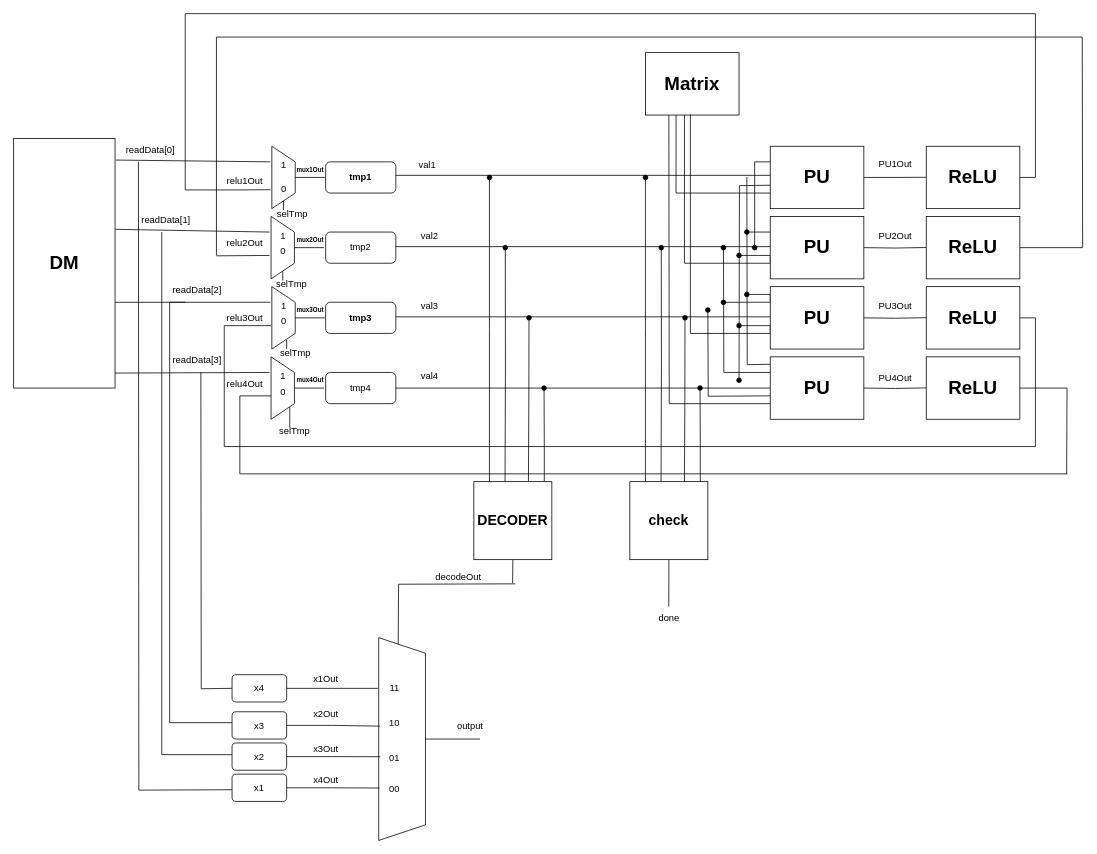
Before: P2 - Logic Design and FPGA synthesis/trunk/doc/Design/DP.drawio in Shahriar-0/Computer-Aided-Design-Course-Projects-F2024, a draw.io diagram. Source tidied: cells renumbered, new cells numbered last; positions are measured from the earlier drawing's top-left corner, leaving out a move shared by most shapes. Both pictures are drawn from the tidied source at 78%, with x=0, y=0 at pixel (13, 13).
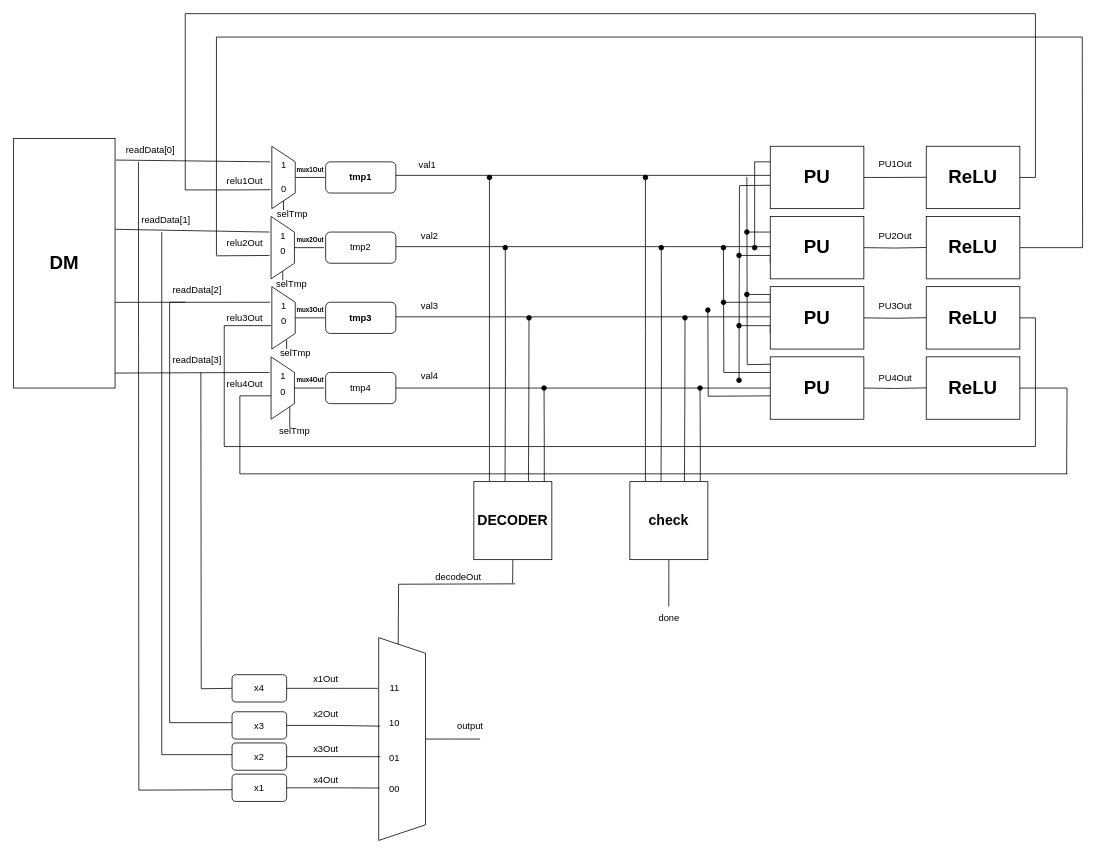
Above is the later version.

Unchanged cells that the change refers to:
```xml
<mxCell id="71" value="&lt;h1&gt;PU&lt;/h1&gt;" style="whiteSpace=wrap;html=1;" parent="1" vertex="1">
  <mxGeometry x="970" y="170" width="120" height="80" as="geometry" />
</mxCell>
<mxCell id="74" value="&lt;h1&gt;PU&lt;/h1&gt;" style="whiteSpace=wrap;html=1;" parent="1" vertex="1">
  <mxGeometry x="970" y="260" width="120" height="80" as="geometry" />
</mxCell>
<mxCell id="78" value="&lt;h1&gt;PU&lt;/h1&gt;" style="whiteSpace=wrap;html=1;" parent="1" vertex="1">
  <mxGeometry x="970" y="350" width="120" height="80" as="geometry" />
</mxCell>
<mxCell id="83" value="&lt;h1&gt;PU&lt;/h1&gt;" style="whiteSpace=wrap;html=1;" parent="1" vertex="1">
  <mxGeometry x="970" y="440" width="120" height="80" as="geometry" />
</mxCell>
```

The edit, as a diff of the source:
```diff
@@
-    <mxCell id="82" style="edgeStyle=orthogonalEdgeStyle;rounded=0;jettySize=auto;html=1;exitX=0;exitY=0.75;exitDx=0;exitDy=0;endArrow=none;endFill=0;" parent="1" edge="1" source="83">
-      <mxGeometry relative="1" as="geometry">
-        <mxPoint x="840" y="130" as="targetPoint" />
-      </mxGeometry>
-    </mxCell>
@@
-    <mxCell id="95" value="&lt;h1&gt;Matrix&lt;/h1&gt;" style="whiteSpace=wrap;html=1;" parent="1" vertex="1">
-      <mxGeometry x="810" y="50" width="120" height="80" as="geometry" />
-    </mxCell>
-    <mxCell id="96" style="edgeStyle=orthogonalEdgeStyle;rounded=0;jettySize=auto;html=1;exitX=0;exitY=0.75;exitDx=0;exitDy=0;entryX=0.327;entryY=1.001;entryDx=0;entryDy=0;entryPerimeter=0;endArrow=none;endFill=0;" parent="1" edge="1" source="71" target="95">
-      <mxGeometry relative="1" as="geometry" />
-    </mxCell>
-    <mxCell id="97" style="edgeStyle=orthogonalEdgeStyle;rounded=0;jettySize=auto;html=1;exitX=0;exitY=0.75;exitDx=0;exitDy=0;entryX=0.417;entryY=1;entryDx=0;entryDy=0;entryPerimeter=0;endArrow=none;endFill=0;" parent="1" edge="1" source="74" target="95">
-      <mxGeometry relative="1" as="geometry" />
-    </mxCell>
-    <mxCell id="98" style="edgeStyle=orthogonalEdgeStyle;rounded=0;jettySize=auto;html=1;exitX=0;exitY=0.75;exitDx=0;exitDy=0;entryX=0.48;entryY=0.989;entryDx=0;entryDy=0;entryPerimeter=0;endArrow=none;endFill=0;" parent="1" edge="1" source="78" target="95">
-      <mxGeometry relative="1" as="geometry" />
-    </mxCell>
```
